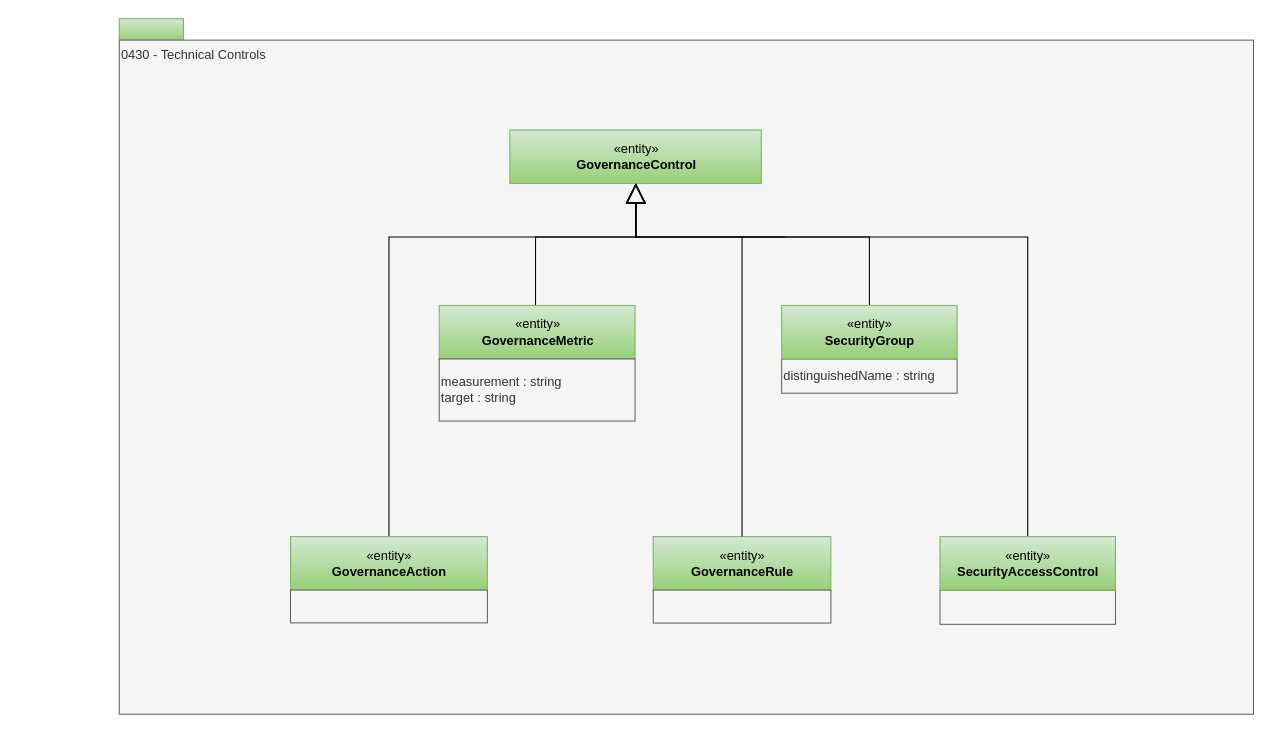
Above: page "0430-Technical-Controls" (11 of 30) of site/docs/types/4/area-4-governance.drawio in odpi/egeria-docs (draw.io), before the change. Source tidied: cells renumbered, new cells numbered last; positions are measured from the earlier drawing's top-left corner, leaving out a move shared by most shapes. Both pictures are drawn from the tidied source at 107%, with x=0, y=0 at pixel (119, 18).
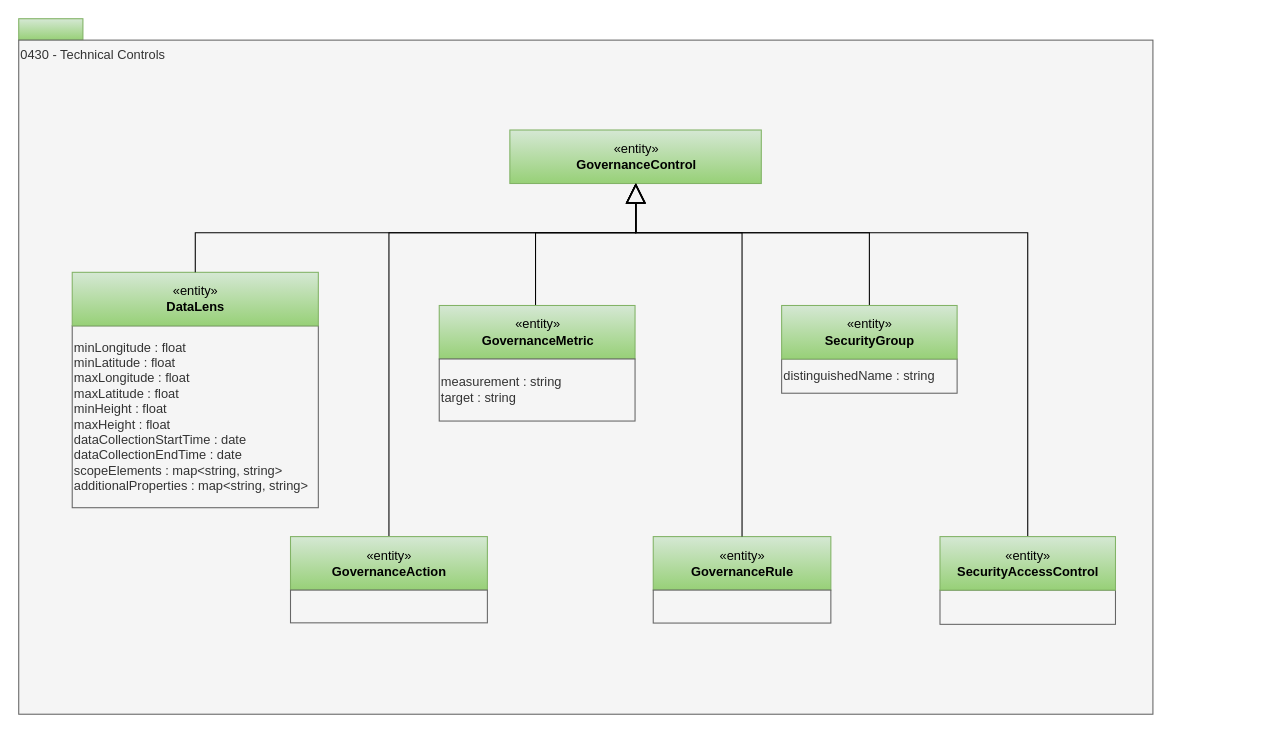
The same diagram, later.

Commit message (it also covers changes not shown here):
Update DataScope and add DataLens open metadata type

Unchanged cells that the change refers to:
```xml
<mxCell id="4" value="«entity»&lt;br&gt;&lt;b&gt;GovernanceControl&lt;/b&gt;" style="html=1;strokeColor=#82b366;align=center;fillColor=#d5e8d4;gradientColor=#97d077;" parent="1" vertex="1">
  <mxGeometry x="365" y="104" width="235" height="50" as="geometry" />
</mxCell>
<mxCell id="6" value="«entity»&lt;br&gt;&lt;b&gt;GovernanceMetric&lt;/b&gt;" style="html=1;strokeColor=#82b366;align=center;fillColor=#d5e8d4;gradientColor=#97d077;" parent="1" vertex="1">
  <mxGeometry x="299" y="268" width="183" height="50" as="geometry" />
</mxCell>
<mxCell id="8" value="«entity»&lt;br&gt;&lt;b&gt;GovernanceAction&lt;/b&gt;" style="html=1;strokeColor=#82b366;align=center;fillColor=#d5e8d4;gradientColor=#97d077;" parent="1" vertex="1">
  <mxGeometry x="160" y="484" width="184" height="50" as="geometry" />
</mxCell>
<mxCell id="10" value="«entity»&lt;br&gt;&lt;b&gt;GovernanceRule&lt;/b&gt;" style="html=1;strokeColor=#82b366;align=center;fillColor=#d5e8d4;gradientColor=#97d077;" parent="1" vertex="1">
  <mxGeometry x="499" y="484" width="166" height="50" as="geometry" />
</mxCell>
<mxCell id="17" value="«entity»&lt;br&gt;&lt;b&gt;SecurityAccessControl&lt;/b&gt;" style="html=1;strokeColor=#82b366;align=center;fillColor=#d5e8d4;gradientColor=#97d077;" parent="1" vertex="1">
  <mxGeometry x="767" y="484" width="164" height="50" as="geometry" />
</mxCell>
<mxCell id="18" value="«entity»&lt;br&gt;&lt;b&gt;SecurityGroup&lt;/b&gt;" style="html=1;strokeColor=#82b366;align=center;fillColor=#d5e8d4;gradientColor=#97d077;" parent="1" vertex="1">
  <mxGeometry x="619" y="268" width="164" height="50" as="geometry" />
</mxCell>
```

Change to the diagram source:
```diff
@@
     <mxCell id="2" style="rounded=0;whiteSpace=wrap;html=1;align=left;fillColor=#d5e8d4;strokeColor=#82b366;gradientColor=#97d077;" parent="1" vertex="1">
-      <mxGeometry width="60" height="20" as="geometry" />
+      <mxGeometry x="-94" width="60" height="20" as="geometry" />
     </mxCell>
     <mxCell id="3" value="0430 - Technical Controls" style="rounded=0;whiteSpace=wrap;html=1;align=left;verticalAlign=top;fillColor=#f5f5f5;fontColor=#333333;strokeColor=#666666;" parent="1" vertex="1">
-      <mxGeometry y="20" width="1060" height="630" as="geometry" />
+      <mxGeometry x="-94" y="20" width="1060" height="630" as="geometry" />
     </mxCell>
@@
     <mxCell id="5" style="edgeStyle=orthogonalEdgeStyle;rounded=0;jettySize=auto;html=1;exitX=0.5;exitY=0;exitDx=0;exitDy=0;entryX=0.5;entryY=1;entryDx=0;entryDy=0;endArrow=block;endFill=0;endSize=16;strokeWidth=1;" parent="1" edge="1" source="6" target="4">
       <mxGeometry relative="1" as="geometry">
         <Array as="points">
           <mxPoint x="389" y="268" />
-          <mxPoint x="389" y="204" />
-          <mxPoint x="483" y="204" />
+          <mxPoint x="389" y="200" />
+          <mxPoint x="483" y="200" />
         </Array>
       </mxGeometry>
     </mxCell>
@@
     <mxCell id="7" style="edgeStyle=orthogonalEdgeStyle;rounded=0;jettySize=auto;html=1;exitX=0.5;exitY=0;exitDx=0;exitDy=0;endArrow=block;endFill=0;endSize=16;strokeWidth=1;" parent="1" edge="1" source="8" target="4">
       <mxGeometry relative="1" as="geometry">
         <Array as="points">
-          <mxPoint x="252" y="204" />
-          <mxPoint x="483" y="204" />
+          <mxPoint x="252" y="200" />
+          <mxPoint x="483" y="200" />
         </Array>
       </mxGeometry>
     </mxCell>
@@
     <mxCell id="13" style="edgeStyle=orthogonalEdgeStyle;rounded=0;jettySize=auto;html=1;endArrow=block;endFill=0;endSize=16;exitX=0.5;exitY=0;exitDx=0;exitDy=0;entryX=0.5;entryY=1;entryDx=0;entryDy=0;" parent="1" edge="1" source="17" target="4">
       <mxGeometry relative="1" as="geometry">
         <Array as="points">
-          <mxPoint x="849" y="444" />
-          <mxPoint x="849" y="204" />
-          <mxPoint x="483" y="204" />
+          <mxPoint x="849" y="200" />
+          <mxPoint x="483" y="200" />
         </Array>
       </mxGeometry>
     </mxCell>
@@
     <mxCell id="15" style="edgeStyle=orthogonalEdgeStyle;rounded=0;jettySize=auto;html=1;endArrow=block;endFill=0;endSize=16;entryX=0.5;entryY=1;entryDx=0;entryDy=0;exitX=0.5;exitY=0;exitDx=0;exitDy=0;" parent="1" edge="1" source="18" target="4">
       <mxGeometry relative="1" as="geometry">
         <Array as="points">
-          <mxPoint x="701" y="204" />
-          <mxPoint x="483" y="204" />
+          <mxPoint x="701" y="200" />
+          <mxPoint x="483" y="200" />
         </Array>
       </mxGeometry>
     </mxCell>
@@
     <mxCell id="19" style="edgeStyle=orthogonalEdgeStyle;rounded=0;jettySize=auto;html=1;exitX=0.5;exitY=0;exitDx=0;exitDy=0;endArrow=block;endFill=0;endSize=16;strokeWidth=1;" parent="1" edge="1" source="10">
       <mxGeometry relative="1" as="geometry">
         <mxPoint x="483" y="154" as="targetPoint" />
         <Array as="points">
-          <mxPoint x="622" y="204" />
-          <mxPoint x="483" y="204" />
-          <mxPoint x="483" y="154" />
+          <mxPoint x="582" y="200" />
+          <mxPoint x="483" y="200" />
         </Array>
       </mxGeometry>
     </mxCell>
+    <mxCell id="20" value="minLongitude : float&lt;br&gt;minLatitude : float&lt;br style=&quot;border-color: var(--border-color);&quot;&gt;maxLongitude : float&lt;br style=&quot;border-color: var(--border-color);&quot;&gt;maxLatitude : float&lt;br&gt;minHeight : float&lt;br&gt;maxHeight : float&lt;br&gt;dataCollectionStartTime : date&lt;br&gt;dataCollectionEndTime : date&lt;div&gt;scopeElements : map&amp;lt;string, string&amp;gt;&lt;/div&gt;&lt;div&gt;additionalProperties : map&amp;lt;string, string&amp;gt;&lt;/div&gt;" style="rounded=0;whiteSpace=wrap;html=1;strokeColor=#666666;align=left;fillColor=#f5f5f5;fontColor=#333333;" parent="1" vertex="1">
+      <mxGeometry x="-44" y="287" width="230" height="170" as="geometry" />
+    </mxCell>
+    <mxCell id="21" value="«entity»&lt;br&gt;&lt;b&gt;DataLens&lt;/b&gt;" style="html=1;strokeColor=#82b366;align=center;fillColor=#d5e8d4;gradientColor=#97d077;" parent="1" vertex="1">
+      <mxGeometry x="-44" y="237" width="230" height="50" as="geometry" />
+    </mxCell>
+    <mxCell id="22" style="edgeStyle=orthogonalEdgeStyle;rounded=0;jettySize=auto;html=1;exitX=0.5;exitY=0;exitDx=0;exitDy=0;endArrow=block;endFill=0;endSize=16;strokeWidth=1;entryX=0.5;entryY=1;entryDx=0;entryDy=0;" parent="1" edge="1" source="21" target="4">
+      <mxGeometry relative="1" as="geometry">
+        <Array as="points">
+          <mxPoint x="71" y="200" />
+          <mxPoint x="483" y="200" />
+        </Array>
+      </mxGeometry>
+    </mxCell>
```
